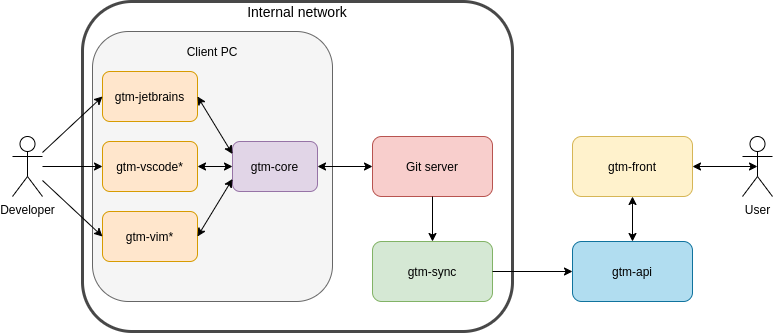
This is figures/project_archidecture.png from DEVELOPEST/gtm-thesis, a draw.io export, as it was before one commit. Source tidied: cells renumbered, new cells last; positions are measured from the earlier drawing's top-left corner, leaving out a move shared by most shapes. Its diagram source:
```xml
<mxGraphModel>
  <root>
    <mxCell id="0" />
    <mxCell id="1" parent="0" />
    <mxCell id="2" style="rounded=1;whiteSpace=wrap;html=1;opacity=80;strokeWidth=3;fillColor=none;strokeColor=#1A1A1A;" parent="1" vertex="1">
      <mxGeometry x="70" width="430" height="330" as="geometry" />
    </mxCell>
    <mxCell id="3" style="rounded=1;whiteSpace=wrap;html=1;fillColor=#f5f5f5;strokeColor=#666666;fontColor=#333333;" parent="1" vertex="1">
      <mxGeometry x="80" y="30" width="240" height="270" as="geometry" />
    </mxCell>
    <mxCell id="4" value="Client PC" style="text;html=1;strokeColor=none;fillColor=none;align=center;verticalAlign=middle;whiteSpace=wrap;rounded=0;" parent="1" vertex="1">
      <mxGeometry x="170" y="40" width="60" height="20" as="geometry" />
    </mxCell>
    <mxCell id="5" value="Git server" style="rounded=1;whiteSpace=wrap;html=1;fillColor=#f8cecc;strokeColor=#b85450;" parent="1" vertex="1">
      <mxGeometry x="360" y="135" width="120" height="60" as="geometry" />
    </mxCell>
    <mxCell id="6" value="gtm-sync" style="rounded=1;whiteSpace=wrap;html=1;fillColor=#d5e8d4;strokeColor=#82b366;" parent="1" vertex="1">
      <mxGeometry x="360" y="240" width="120" height="60" as="geometry" />
    </mxCell>
    <mxCell id="7" value="gtm-api" style="rounded=1;whiteSpace=wrap;html=1;fillColor=#b1ddf0;strokeColor=#10739e;" parent="1" vertex="1">
      <mxGeometry x="560" y="240" width="120" height="60" as="geometry" />
    </mxCell>
    <mxCell id="8" value="gtm-front" style="rounded=1;whiteSpace=wrap;html=1;fillColor=#fff2cc;strokeColor=#d6b656;" parent="1" vertex="1">
      <mxGeometry x="560" y="135" width="120" height="60" as="geometry" />
    </mxCell>
    <mxCell id="9" value="gtm-core" style="rounded=1;whiteSpace=wrap;html=1;fillColor=#e1d5e7;strokeColor=#9673a6;" parent="1" vertex="1">
      <mxGeometry x="220" y="140" width="85" height="50" as="geometry" />
    </mxCell>
    <mxCell id="10" value="gtm-jetbrains" style="rounded=1;whiteSpace=wrap;html=1;fillColor=#ffe6cc;strokeColor=#d79b00;" parent="1" vertex="1">
      <mxGeometry x="90" y="70" width="95" height="50" as="geometry" />
    </mxCell>
    <mxCell id="11" value="gtm-vscode*" style="rounded=1;whiteSpace=wrap;html=1;fillColor=#ffe6cc;strokeColor=#d79b00;" parent="1" vertex="1">
      <mxGeometry x="90" y="140" width="95" height="50" as="geometry" />
    </mxCell>
    <mxCell id="12" value="gtm-vim*" style="rounded=1;whiteSpace=wrap;html=1;fillColor=#ffe6cc;strokeColor=#d79b00;" parent="1" vertex="1">
      <mxGeometry x="90" y="210" width="95" height="50" as="geometry" />
    </mxCell>
    <mxCell id="13" style="endArrow=classic;startArrow=classic;html=1;exitX=1;exitY=0.5;exitDx=0;exitDy=0;entryX=0;entryY=0.25;entryDx=0;entryDy=0;" parent="1" edge="1" source="10" target="9">
      <mxGeometry relative="1" as="geometry" />
    </mxCell>
    <mxCell id="14" style="endArrow=classic;startArrow=classic;html=1;exitX=1;exitY=0.5;exitDx=0;exitDy=0;entryX=0;entryY=0.5;entryDx=0;entryDy=0;" parent="1" edge="1" source="11" target="9">
      <mxGeometry relative="1" as="geometry" />
    </mxCell>
    <mxCell id="15" style="endArrow=classic;startArrow=classic;html=1;exitX=1;exitY=0.5;exitDx=0;exitDy=0;entryX=0;entryY=0.75;entryDx=0;entryDy=0;" parent="1" edge="1" source="12" target="9">
      <mxGeometry relative="1" as="geometry" />
    </mxCell>
    <mxCell id="16" style="endArrow=classic;startArrow=classic;html=1;exitX=1;exitY=0.5;exitDx=0;exitDy=0;entryX=0;entryY=0.5;entryDx=0;entryDy=0;" parent="1" edge="1" source="9" target="5">
      <mxGeometry relative="1" as="geometry" />
    </mxCell>
    <mxCell id="17" style="endArrow=classic;html=1;exitX=0.5;exitY=1;exitDx=0;exitDy=0;entryX=0.5;entryY=0;entryDx=0;entryDy=0;" parent="1" edge="1" source="5" target="6">
      <mxGeometry relative="1" as="geometry" />
    </mxCell>
    <mxCell id="18" style="endArrow=classic;html=1;exitX=1;exitY=0.5;exitDx=0;exitDy=0;entryX=0;entryY=0.5;entryDx=0;entryDy=0;" parent="1" edge="1" source="6" target="7">
      <mxGeometry relative="1" as="geometry" />
    </mxCell>
    <mxCell id="19" style="endArrow=classic;startArrow=classic;html=1;entryX=0.5;entryY=1;entryDx=0;entryDy=0;exitX=0.5;exitY=0;exitDx=0;exitDy=0;" parent="1" edge="1" source="7" target="8">
      <mxGeometry relative="1" as="geometry" />
    </mxCell>
    <mxCell id="20" value="User" style="shape=umlActor;verticalLabelPosition=bottom;verticalAlign=top;html=1;outlineConnect=0;" parent="1" vertex="1">
      <mxGeometry x="730" y="135" width="30" height="60" as="geometry" />
    </mxCell>
    <mxCell id="21" style="endArrow=classic;startArrow=classic;html=1;entryX=0.5;entryY=0.5;entryDx=0;entryDy=0;entryPerimeter=0;exitX=1;exitY=0.5;exitDx=0;exitDy=0;" parent="1" edge="1" source="8" target="20">
      <mxGeometry relative="1" as="geometry" />
    </mxCell>
    <mxCell id="22" value="Developer" style="shape=umlActor;verticalLabelPosition=bottom;verticalAlign=top;html=1;outlineConnect=0;" parent="1" vertex="1">
      <mxGeometry y="135" width="30" height="60" as="geometry" />
    </mxCell>
    <mxCell id="23" style="endArrow=classic;html=1;entryX=0;entryY=0.5;entryDx=0;entryDy=0;" parent="1" edge="1" source="22" target="10">
      <mxGeometry relative="1" as="geometry" />
    </mxCell>
    <mxCell id="24" style="endArrow=classic;html=1;entryX=0;entryY=0.5;entryDx=0;entryDy=0;" parent="1" edge="1" source="22" target="11">
      <mxGeometry relative="1" as="geometry" />
    </mxCell>
    <mxCell id="25" style="endArrow=classic;html=1;entryX=0;entryY=0.5;entryDx=0;entryDy=0;" parent="1" edge="1" source="22" target="12">
      <mxGeometry relative="1" as="geometry" />
    </mxCell>
    <mxCell id="26" value="&lt;font style=&quot;font-size: 14px&quot;&gt;Internal network&lt;/font&gt;" style="text;html=1;strokeColor=none;fillColor=none;align=center;verticalAlign=middle;whiteSpace=wrap;rounded=0;opacity=80;" parent="1" vertex="1">
      <mxGeometry x="225" width="120" height="20" as="geometry" />
    </mxCell>
  </root>
</mxGraphModel>
```
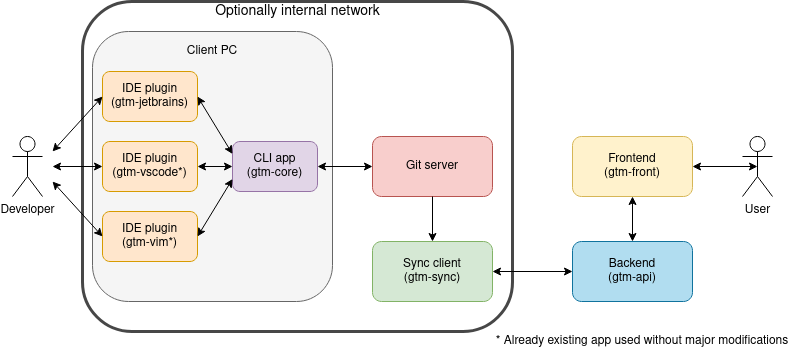
The same diagram one commit later.

Commit message:
Add sync contents

What changed in the source:
```diff
@@ -14,25 +14,25 @@
     <mxCell id="5" value="Git server" style="rounded=1;whiteSpace=wrap;html=1;fillColor=#f8cecc;strokeColor=#b85450;" parent="1" vertex="1">
       <mxGeometry x="360" y="135" width="120" height="60" as="geometry" />
     </mxCell>
-    <mxCell id="6" value="gtm-sync" style="rounded=1;whiteSpace=wrap;html=1;fillColor=#d5e8d4;strokeColor=#82b366;" parent="1" vertex="1">
+    <mxCell id="6" value="Sync client&lt;br&gt;&lt;div&gt;(gtm-sync)&lt;/div&gt;" style="rounded=1;whiteSpace=wrap;html=1;fillColor=#d5e8d4;strokeColor=#82b366;" parent="1" vertex="1">
       <mxGeometry x="360" y="240" width="120" height="60" as="geometry" />
     </mxCell>
-    <mxCell id="7" value="gtm-api" style="rounded=1;whiteSpace=wrap;html=1;fillColor=#b1ddf0;strokeColor=#10739e;" parent="1" vertex="1">
+    <mxCell id="7" value="&lt;div&gt;Backend&lt;br&gt;&lt;/div&gt;&lt;div&gt;(gtm-api)&lt;/div&gt;" style="rounded=1;whiteSpace=wrap;html=1;fillColor=#b1ddf0;strokeColor=#10739e;" parent="1" vertex="1">
       <mxGeometry x="560" y="240" width="120" height="60" as="geometry" />
     </mxCell>
-    <mxCell id="8" value="gtm-front" style="rounded=1;whiteSpace=wrap;html=1;fillColor=#fff2cc;strokeColor=#d6b656;" parent="1" vertex="1">
+    <mxCell id="8" value="&lt;div&gt;Frontend&lt;/div&gt;&lt;div&gt;(gtm-front)&lt;/div&gt;" style="rounded=1;whiteSpace=wrap;html=1;fillColor=#fff2cc;strokeColor=#d6b656;" parent="1" vertex="1">
       <mxGeometry x="560" y="135" width="120" height="60" as="geometry" />
     </mxCell>
-    <mxCell id="9" value="gtm-core" style="rounded=1;whiteSpace=wrap;html=1;fillColor=#e1d5e7;strokeColor=#9673a6;" parent="1" vertex="1">
+    <mxCell id="9" value="&lt;div&gt;CLI app&lt;br&gt;&lt;/div&gt;&lt;div&gt;(gtm-core)&lt;/div&gt;" style="rounded=1;whiteSpace=wrap;html=1;fillColor=#e1d5e7;strokeColor=#9673a6;" parent="1" vertex="1">
       <mxGeometry x="220" y="140" width="85" height="50" as="geometry" />
     </mxCell>
-    <mxCell id="10" value="gtm-jetbrains" style="rounded=1;whiteSpace=wrap;html=1;fillColor=#ffe6cc;strokeColor=#d79b00;" parent="1" vertex="1">
+    <mxCell id="10" value="&lt;div&gt;IDE plugin&lt;br&gt;&lt;/div&gt;&lt;div&gt;(gtm-jetbrains)&lt;/div&gt;" style="rounded=1;whiteSpace=wrap;html=1;fillColor=#ffe6cc;strokeColor=#d79b00;" parent="1" vertex="1">
       <mxGeometry x="90" y="70" width="95" height="50" as="geometry" />
     </mxCell>
-    <mxCell id="11" value="gtm-vscode*" style="rounded=1;whiteSpace=wrap;html=1;fillColor=#ffe6cc;strokeColor=#d79b00;" parent="1" vertex="1">
+    <mxCell id="11" value="&lt;div&gt;IDE plugin&lt;br&gt;&lt;/div&gt;&lt;div&gt;(gtm-vscode*)&lt;/div&gt;" style="rounded=1;whiteSpace=wrap;html=1;fillColor=#ffe6cc;strokeColor=#d79b00;" parent="1" vertex="1">
       <mxGeometry x="90" y="140" width="95" height="50" as="geometry" />
     </mxCell>
-    <mxCell id="12" value="gtm-vim*" style="rounded=1;whiteSpace=wrap;html=1;fillColor=#ffe6cc;strokeColor=#d79b00;" parent="1" vertex="1">
+    <mxCell id="12" value="&lt;div&gt;IDE plugin&lt;br&gt;&lt;/div&gt;&lt;div&gt;(gtm-vim*)&lt;/div&gt;" style="rounded=1;whiteSpace=wrap;html=1;fillColor=#ffe6cc;strokeColor=#d79b00;" parent="1" vertex="1">
       <mxGeometry x="90" y="210" width="95" height="50" as="geometry" />
     </mxCell>
     <mxCell id="13" style="endArrow=classic;startArrow=classic;html=1;exitX=1;exitY=0.5;exitDx=0;exitDy=0;entryX=0;entryY=0.25;entryDx=0;entryDy=0;" parent="1" edge="1" source="10" target="9">
@@ -50,9 +50,6 @@
     <mxCell id="17" style="endArrow=classic;html=1;exitX=0.5;exitY=1;exitDx=0;exitDy=0;entryX=0.5;entryY=0;entryDx=0;entryDy=0;" parent="1" edge="1" source="5" target="6">
       <mxGeometry relative="1" as="geometry" />
     </mxCell>
-    <mxCell id="18" style="endArrow=classic;html=1;exitX=1;exitY=0.5;exitDx=0;exitDy=0;entryX=0;entryY=0.5;entryDx=0;entryDy=0;" parent="1" edge="1" source="6" target="7">
-      <mxGeometry relative="1" as="geometry" />
-    </mxCell>
     <mxCell id="19" style="endArrow=classic;startArrow=classic;html=1;entryX=0.5;entryY=1;entryDx=0;entryDy=0;exitX=0.5;exitY=0;exitDx=0;exitDy=0;" parent="1" edge="1" source="7" target="8">
       <mxGeometry relative="1" as="geometry" />
     </mxCell>
@@ -65,17 +62,29 @@
     <mxCell id="22" value="Developer" style="shape=umlActor;verticalLabelPosition=bottom;verticalAlign=top;html=1;outlineConnect=0;" parent="1" vertex="1">
       <mxGeometry y="135" width="30" height="60" as="geometry" />
     </mxCell>
-    <mxCell id="23" style="endArrow=classic;html=1;entryX=0;entryY=0.5;entryDx=0;entryDy=0;" parent="1" edge="1" source="22" target="10">
-      <mxGeometry relative="1" as="geometry" />
-    </mxCell>
-    <mxCell id="24" style="endArrow=classic;html=1;entryX=0;entryY=0.5;entryDx=0;entryDy=0;" parent="1" edge="1" source="22" target="11">
-      <mxGeometry relative="1" as="geometry" />
-    </mxCell>
-    <mxCell id="25" style="endArrow=classic;html=1;entryX=0;entryY=0.5;entryDx=0;entryDy=0;" parent="1" edge="1" source="22" target="12">
-      <mxGeometry relative="1" as="geometry" />
-    </mxCell>
-    <mxCell id="26" value="&lt;font style=&quot;font-size: 14px&quot;&gt;Internal network&lt;/font&gt;" style="text;html=1;strokeColor=none;fillColor=none;align=center;verticalAlign=middle;whiteSpace=wrap;rounded=0;opacity=80;" parent="1" vertex="1">
-      <mxGeometry x="225" width="120" height="20" as="geometry" />
+    <mxCell id="26" value="&lt;font style=&quot;font-size: 14px&quot;&gt;Optionally internal network&lt;/font&gt;" style="text;html=1;strokeColor=none;fillColor=none;align=center;verticalAlign=middle;whiteSpace=wrap;rounded=0;opacity=80;" parent="1" vertex="1">
+      <mxGeometry x="187.5" width="195" height="20" as="geometry" />
     </mxCell>
+    <mxCell id="18" style="endArrow=classic;startArrow=classic;html=1;entryX=0;entryY=0.5;entryDx=0;entryDy=0;exitX=1;exitY=0.5;exitDx=0;exitDy=0;" parent="1" edge="1" source="6" target="7">
+      <mxGeometry relative="1" as="geometry" />
+    </mxCell>
+    <mxCell id="27" style="endArrow=classic;startArrow=classic;html=1;entryX=0;entryY=0.5;entryDx=0;entryDy=0;" parent="1" edge="1" target="10">
+      <mxGeometry relative="1" as="geometry">
+        <mxPoint x="40" y="150" as="sourcePoint" />
+      </mxGeometry>
+    </mxCell>
+    <mxCell id="28" style="endArrow=classic;startArrow=classic;html=1;entryX=0;entryY=0.5;entryDx=0;entryDy=0;" parent="1" edge="1" target="12">
+      <mxGeometry relative="1" as="geometry">
+        <mxPoint x="40" y="180" as="sourcePoint" />
+      </mxGeometry>
+    </mxCell>
+    <mxCell id="29" style="endArrow=classic;startArrow=classic;html=1;entryX=0;entryY=0.5;entryDx=0;entryDy=0;" parent="1" edge="1" target="11">
+      <mxGeometry relative="1" as="geometry">
+        <mxPoint x="40" y="165" as="sourcePoint" />
+      </mxGeometry>
+    </mxCell>
+    <mxCell id="30" value="* Already existing app used without major modifications" style="text;html=1;strokeColor=none;fillColor=none;align=center;verticalAlign=middle;whiteSpace=wrap;rounded=0;" parent="1" vertex="1">
+      <mxGeometry x="480" y="330" width="300" height="20" as="geometry" />
+    </mxCell>
   </root>
 </mxGraphModel>
```
